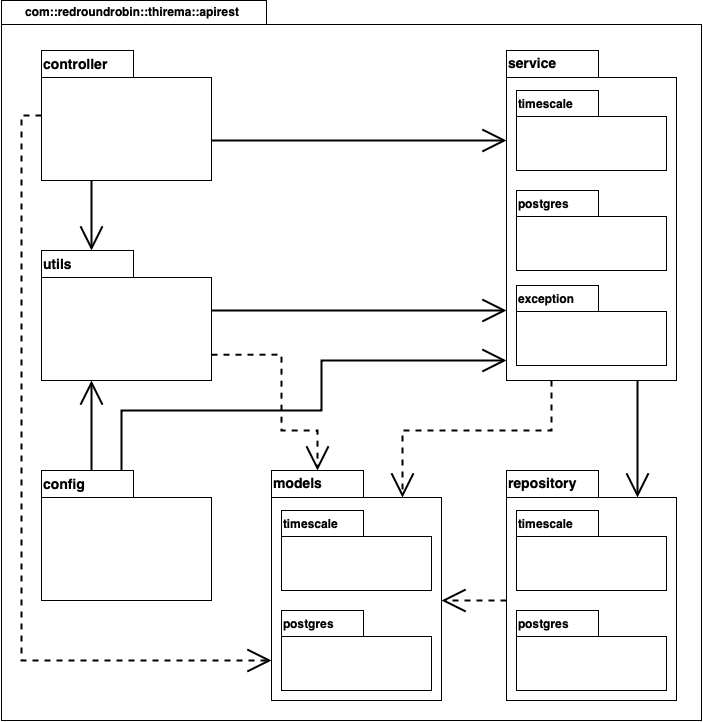
RedRoundRobin/swe-docs keeps this draw.io diagram as esterni/manuale_manutentore/res/images/API/packageAPI.png. Above is the earlier version. Source tidied: cells renumbered, new cells last; positions are measured from the earlier drawing's top-left corner, leaving out a move shared by most shapes.
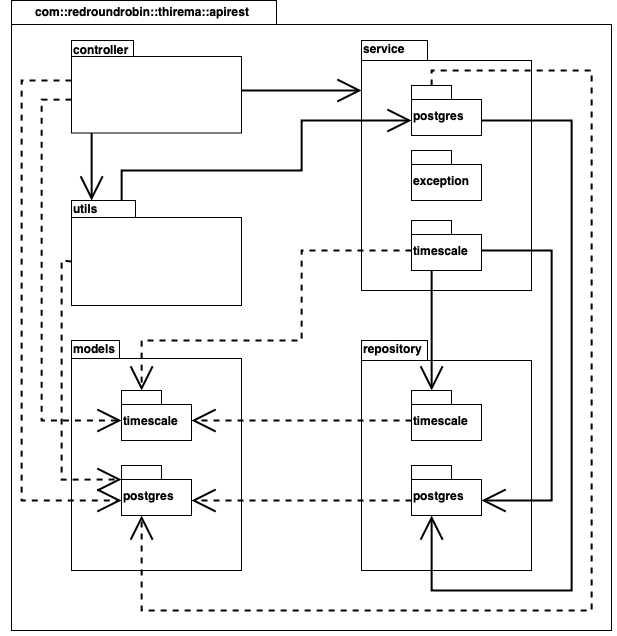
After the change.

The edit, as a diff of the source:
```diff
@@ -3,131 +3,156 @@
     <mxCell id="0" />
     <mxCell id="1" parent="0" />
     <mxCell id="2" value="package" style="shape=folder;fontStyle=1;spacingTop=10;tabWidth=40;tabHeight=14;tabPosition=left;html=1;" parent="1" vertex="1">
-      <mxGeometry x="355" y="620" width="70" height="50" as="geometry" />
+      <mxGeometry x="-460" y="385" width="70" height="50" as="geometry" />
     </mxCell>
     <mxCell id="3" value="com::redroundrobin::thirema::apirest" style="shape=folder;fontStyle=1;spacingTop=-2;tabWidth=265;tabHeight=24;tabPosition=left;html=1;align=left;verticalAlign=top;spacingLeft=22;" parent="1" vertex="1">
-      <mxGeometry width="700" height="720" as="geometry" />
+      <mxGeometry x="-750" y="45" width="600" height="630" as="geometry" />
     </mxCell>
-    <mxCell id="4" style="edgeStyle=orthogonalEdgeStyle;rounded=0;jettySize=auto;html=1;startSize=20;endArrow=open;endFill=0;endSize=20;strokeWidth=2;" parent="1" edge="1" source="15" target="16">
+    <mxCell id="4" style="edgeStyle=orthogonalEdgeStyle;rounded=0;jettySize=auto;html=1;startSize=20;endArrow=open;endFill=0;endSize=20;strokeWidth=2;" parent="1" edge="1" source="5" target="14">
       <mxGeometry relative="1" as="geometry">
         <Array as="points">
-          <mxPoint x="90" y="210" />
-          <mxPoint x="90" y="210" />
+          <mxPoint x="-670" y="225" />
+          <mxPoint x="-670" y="225" />
         </Array>
       </mxGeometry>
     </mxCell>
-    <mxCell id="5" value="&lt;font style=&quot;font-size: 14px&quot;&gt;models&lt;/font&gt;" style="shape=folder;fontStyle=1;spacingTop=-2;tabWidth=92;tabHeight=27;tabPosition=left;html=1;align=left;verticalAlign=top;" parent="1" vertex="1">
-      <mxGeometry x="270" y="470" width="170" height="230" as="geometry" />
+    <mxCell id="5" value="controller" style="shape=folder;fontStyle=1;spacingTop=-75;tabWidth=62;tabHeight=16;tabPosition=left;html=1;align=left;" parent="1" vertex="1">
+      <mxGeometry x="-690" y="85" width="170" height="92.5" as="geometry" />
     </mxCell>
-    <mxCell id="6" style="edgeStyle=orthogonalEdgeStyle;rounded=0;jettySize=auto;html=1;dashed=1;startSize=20;endArrow=open;endFill=0;endSize=20;strokeWidth=2;" parent="1" edge="1" source="13" target="5">
-      <mxGeometry relative="1" as="geometry">
-        <Array as="points">
-          <mxPoint x="470" y="600" />
-          <mxPoint x="470" y="600" />
-        </Array>
-      </mxGeometry>
+    <mxCell id="6" value="models" style="shape=folder;fontStyle=1;spacingTop=-5;tabWidth=48;tabHeight=18;tabPosition=left;html=1;align=left;verticalAlign=top;" parent="1" vertex="1">
+      <mxGeometry x="-690" y="385" width="170" height="230" as="geometry" />
     </mxCell>
-    <mxCell id="7" value="timescale" style="shape=folder;fontStyle=1;spacingTop=0;tabWidth=82;tabHeight=26;tabPosition=left;html=1;align=left;verticalAlign=top;" parent="1" vertex="1">
-      <mxGeometry x="280" y="510" width="150" height="80" as="geometry" />
+    <mxCell id="7" value="repository" style="shape=folder;fontStyle=1;spacingTop=-5;tabWidth=66;tabHeight=20;tabPosition=left;html=1;align=left;verticalAlign=top;" parent="1" vertex="1">
+      <mxGeometry x="-400" y="385" width="170" height="230" as="geometry" />
     </mxCell>
-    <mxCell id="8" style="edgeStyle=orthogonalEdgeStyle;rounded=0;jettySize=auto;html=1;endSize=20;startSize=20;endArrow=open;endFill=0;strokeWidth=2;" parent="1" edge="1" source="15" target="14">
+    <mxCell id="8" style="edgeStyle=orthogonalEdgeStyle;rounded=0;jettySize=auto;html=1;startSize=20;endArrow=open;endFill=0;endSize=20;dashed=1;strokeWidth=2;" parent="1" edge="1" source="9" target="12">
       <mxGeometry relative="1" as="geometry">
         <Array as="points">
-          <mxPoint x="350" y="140" />
-          <mxPoint x="350" y="140" />
+          <mxPoint x="-430" y="545" />
+          <mxPoint x="-430" y="545" />
         </Array>
       </mxGeometry>
     </mxCell>
-    <mxCell id="9" style="edgeStyle=orthogonalEdgeStyle;rounded=0;jettySize=auto;html=1;dashed=1;startSize=20;endArrow=open;endFill=0;endSize=20;strokeWidth=2;" parent="1" edge="1" source="15" target="5">
-      <mxGeometry relative="1" as="geometry">
-        <Array as="points">
-          <mxPoint x="20" y="115" />
-          <mxPoint x="20" y="660" />
-        </Array>
-      </mxGeometry>
+    <mxCell id="9" value="postgres" style="shape=folder;fontStyle=1;spacingTop=10;tabWidth=40;tabHeight=14;tabPosition=left;html=1;align=left;" parent="1" vertex="1">
+      <mxGeometry x="-350" y="510" width="70" height="50" as="geometry" />
     </mxCell>
-    <mxCell id="10" style="edgeStyle=orthogonalEdgeStyle;rounded=0;jettySize=auto;html=1;startSize=20;endArrow=open;endFill=0;endSize=20;strokeWidth=2;entryX=0;entryY=0;entryDx=131;entryDy=27;entryPerimeter=0;" parent="1" edge="1" source="14" target="13">
+    <mxCell id="10" style="edgeStyle=orthogonalEdgeStyle;rounded=0;jettySize=auto;html=1;dashed=1;startSize=20;endArrow=open;endFill=0;endSize=20;strokeWidth=2;" parent="1" edge="1" source="11" target="13">
       <mxGeometry relative="1" as="geometry">
         <Array as="points">
-          <mxPoint x="636" y="440" />
-          <mxPoint x="636" y="440" />
+          <mxPoint x="-420" y="465" />
+          <mxPoint x="-420" y="465" />
         </Array>
       </mxGeometry>
     </mxCell>
-    <mxCell id="11" style="edgeStyle=orthogonalEdgeStyle;rounded=0;jettySize=auto;html=1;dashed=1;startSize=20;endArrow=open;endFill=0;endSize=20;strokeWidth=2;entryX=0;entryY=0;entryDx=131;entryDy=27;entryPerimeter=0;" parent="1" edge="1" source="14" target="5">
-      <mxGeometry relative="1" as="geometry">
-        <Array as="points">
-          <mxPoint x="550" y="430" />
-          <mxPoint x="401" y="430" />
-        </Array>
-      </mxGeometry>
+    <mxCell id="11" value="timescale" style="shape=folder;fontStyle=1;spacingTop=10;tabWidth=40;tabHeight=14;tabPosition=left;html=1;align=left;" parent="1" vertex="1">
+      <mxGeometry x="-350" y="435" width="70" height="50" as="geometry" />
     </mxCell>
-    <mxCell id="12" style="edgeStyle=orthogonalEdgeStyle;rounded=0;jettySize=auto;html=1;startSize=20;endArrow=open;endFill=0;endSize=20;strokeWidth=2;fontSize=20;" parent="1" edge="1" source="16" target="14">
-      <mxGeometry relative="1" as="geometry">
-        <Array as="points">
-          <mxPoint x="440" y="310" />
-          <mxPoint x="440" y="310" />
-        </Array>
-      </mxGeometry>
+    <mxCell id="12" value="postgres" style="shape=folder;fontStyle=1;spacingTop=10;tabWidth=40;tabHeight=14;tabPosition=left;html=1;align=left;" parent="1" vertex="1">
+      <mxGeometry x="-640" y="510" width="70" height="50" as="geometry" />
     </mxCell>
-    <mxCell id="13" value="&lt;font style=&quot;font-size: 14px&quot;&gt;repository&lt;/font&gt;" style="shape=folder;fontStyle=1;spacingTop=-2;tabWidth=92;tabHeight=27;tabPosition=left;html=1;align=left;verticalAlign=top;" parent="1" vertex="1">
-      <mxGeometry x="505" y="470" width="170" height="230" as="geometry" />
+    <mxCell id="13" value="timescale" style="shape=folder;fontStyle=1;spacingTop=10;tabWidth=40;tabHeight=14;tabPosition=left;html=1;align=left;" parent="1" vertex="1">
+      <mxGeometry x="-640" y="435" width="70" height="50" as="geometry" />
     </mxCell>
-    <mxCell id="14" value="&lt;font style=&quot;font-size: 14px&quot;&gt;service&lt;/font&gt;" style="shape=folder;fontStyle=1;spacingTop=-2;tabWidth=92;tabHeight=27;tabPosition=left;html=1;align=left;verticalAlign=top;" parent="1" vertex="1">
-      <mxGeometry x="505" y="50" width="170" height="330" as="geometry" />
+    <mxCell id="14" value="utils" style="shape=folder;fontStyle=1;spacingTop=-5;tabWidth=64;tabHeight=17;tabPosition=left;html=1;align=left;verticalAlign=top;" parent="1" vertex="1">
+      <mxGeometry x="-690" y="245" width="170" height="105" as="geometry" />
     </mxCell>
-    <mxCell id="15" value="&lt;font style=&quot;font-size: 14px;&quot;&gt;controller&lt;/font&gt;" style="shape=folder;fontStyle=1;spacingTop=-1;tabWidth=92;tabHeight=27;tabPosition=left;html=1;align=left;verticalAlign=top;fontSize=14;" parent="1" vertex="1">
-      <mxGeometry x="40" y="50" width="170" height="130" as="geometry" />
+    <mxCell id="15" style="edgeStyle=orthogonalEdgeStyle;rounded=0;jettySize=auto;html=1;endSize=20;startSize=20;endArrow=open;endFill=0;strokeWidth=2;" parent="1" edge="1" source="5" target="18">
+      <mxGeometry relative="1" as="geometry">
+        <Array as="points">
+          <mxPoint x="-460" y="135" />
+          <mxPoint x="-460" y="135" />
+        </Array>
+      </mxGeometry>
     </mxCell>
-    <mxCell id="16" value="&lt;font style=&quot;font-size: 14px;&quot;&gt;utils&lt;/font&gt;" style="shape=folder;fontStyle=1;spacingTop=-1;tabWidth=92;tabHeight=27;tabPosition=left;html=1;align=left;verticalAlign=top;fontSize=14;" parent="1" vertex="1">
-      <mxGeometry x="40" y="250" width="170" height="130" as="geometry" />
+    <mxCell id="16" style="edgeStyle=orthogonalEdgeStyle;rounded=0;jettySize=auto;html=1;dashed=1;startSize=20;endArrow=open;endFill=0;endSize=20;strokeWidth=2;" parent="1" edge="1" source="5" target="12">
+      <mxGeometry relative="1" as="geometry">
+        <Array as="points">
+          <mxPoint x="-740" y="125" />
+          <mxPoint x="-740" y="545" />
+        </Array>
+      </mxGeometry>
     </mxCell>
-    <mxCell id="17" value="postgres" style="shape=folder;fontStyle=1;spacingTop=0;tabWidth=82;tabHeight=26;tabPosition=left;html=1;align=left;verticalAlign=top;" parent="1" vertex="1">
-      <mxGeometry x="280" y="610" width="150" height="80" as="geometry" />
+    <mxCell id="17" style="edgeStyle=orthogonalEdgeStyle;rounded=0;jettySize=auto;html=1;dashed=1;startSize=20;endArrow=open;endFill=0;endSize=20;strokeWidth=2;" parent="1" edge="1" source="5" target="13">
+      <mxGeometry relative="1" as="geometry">
+        <Array as="points">
+          <mxPoint x="-720" y="144" />
+          <mxPoint x="-720" y="465" />
+        </Array>
+      </mxGeometry>
     </mxCell>
-    <mxCell id="18" value="timescale" style="shape=folder;fontStyle=1;spacingTop=0;tabWidth=82;tabHeight=26;tabPosition=left;html=1;align=left;verticalAlign=top;" parent="1" vertex="1">
-      <mxGeometry x="515" y="510" width="150" height="80" as="geometry" />
+    <mxCell id="18" value="service" style="shape=folder;fontStyle=1;spacingTop=-5;tabWidth=66;tabHeight=20;tabPosition=left;html=1;align=left;verticalAlign=top;" parent="1" vertex="1">
+      <mxGeometry x="-400" y="85" width="170" height="250" as="geometry" />
     </mxCell>
-    <mxCell id="19" value="postgres" style="shape=folder;fontStyle=1;spacingTop=0;tabWidth=82;tabHeight=26;tabPosition=left;html=1;align=left;verticalAlign=top;" parent="1" vertex="1">
-      <mxGeometry x="515" y="610" width="150" height="80" as="geometry" />
+    <mxCell id="19" value="postgres" style="shape=folder;fontStyle=1;spacingTop=10;tabWidth=40;tabHeight=14;tabPosition=left;html=1;align=left;" parent="1" vertex="1">
+      <mxGeometry x="-350" y="130" width="70" height="50" as="geometry" />
     </mxCell>
-    <mxCell id="20" value="timescale" style="shape=folder;fontStyle=1;spacingTop=0;tabWidth=82;tabHeight=26;tabPosition=left;html=1;align=left;verticalAlign=top;" parent="1" vertex="1">
-      <mxGeometry x="515" y="90" width="150" height="80" as="geometry" />
+    <mxCell id="20" value="timescale" style="shape=folder;fontStyle=1;spacingTop=10;tabWidth=40;tabHeight=14;tabPosition=left;html=1;align=left;" parent="1" vertex="1">
+      <mxGeometry x="-350" y="265" width="70" height="50" as="geometry" />
     </mxCell>
-    <mxCell id="21" value="postgres" style="shape=folder;fontStyle=1;spacingTop=0;tabWidth=82;tabHeight=26;tabPosition=left;html=1;align=left;verticalAlign=top;" parent="1" vertex="1">
-      <mxGeometry x="515" y="190" width="150" height="80" as="geometry" />
+    <mxCell id="21" style="edgeStyle=orthogonalEdgeStyle;rounded=0;jettySize=auto;html=1;startSize=20;endArrow=open;endFill=0;endSize=20;strokeWidth=2;" parent="1" edge="1" source="20" target="9">
+      <mxGeometry relative="1" as="geometry">
+        <Array as="points">
+          <mxPoint x="-210" y="295" />
+          <mxPoint x="-210" y="545" />
+        </Array>
+      </mxGeometry>
     </mxCell>
-    <mxCell id="22" value="exception" style="shape=folder;fontStyle=1;spacingTop=0;tabWidth=82;tabHeight=26;tabPosition=left;html=1;align=left;verticalAlign=top;" parent="1" vertex="1">
-      <mxGeometry x="515" y="285" width="150" height="80" as="geometry" />
+    <mxCell id="22" style="edgeStyle=orthogonalEdgeStyle;rounded=0;jettySize=auto;html=1;startSize=20;endArrow=open;endFill=0;endSize=20;fontSize=20;strokeWidth=2;" parent="1" edge="1" source="20" target="11">
+      <mxGeometry relative="1" as="geometry">
+        <Array as="points">
+          <mxPoint x="-330" y="355" />
+          <mxPoint x="-330" y="355" />
+        </Array>
+      </mxGeometry>
     </mxCell>
-    <mxCell id="23" style="edgeStyle=orthogonalEdgeStyle;rounded=0;jettySize=auto;html=1;startSize=20;endArrow=open;endFill=0;endSize=20;strokeWidth=2;fontSize=14;" parent="1" edge="1" source="25" target="16">
+    <mxCell id="23" style="edgeStyle=orthogonalEdgeStyle;rounded=0;jettySize=auto;html=1;startSize=20;endArrow=open;endFill=0;endSize=20;strokeWidth=2;" parent="1" edge="1" source="19" target="9">
       <mxGeometry relative="1" as="geometry">
         <Array as="points">
-          <mxPoint x="90" y="430" />
-          <mxPoint x="90" y="430" />
+          <mxPoint x="-190" y="165" />
+          <mxPoint x="-190" y="635" />
+          <mxPoint x="-330" y="635" />
         </Array>
       </mxGeometry>
     </mxCell>
-    <mxCell id="24" style="edgeStyle=orthogonalEdgeStyle;rounded=0;jettySize=auto;html=1;startSize=20;endArrow=open;endFill=0;endSize=20;strokeWidth=2;fontSize=14;" parent="1" edge="1" source="25" target="14">
+    <mxCell id="24" style="edgeStyle=orthogonalEdgeStyle;rounded=0;jettySize=auto;html=1;dashed=1;startSize=20;endArrow=open;endFill=0;endSize=20;strokeWidth=2;" parent="1" edge="1" source="19" target="12">
       <mxGeometry relative="1" as="geometry">
         <Array as="points">
-          <mxPoint x="120" y="410" />
-          <mxPoint x="320" y="410" />
-          <mxPoint x="320" y="360" />
+          <mxPoint x="-330" y="115" />
+          <mxPoint x="-170" y="115" />
+          <mxPoint x="-170" y="655" />
+          <mxPoint x="-620" y="655" />
         </Array>
       </mxGeometry>
     </mxCell>
-    <mxCell id="25" value="&lt;font style=&quot;font-size: 14px&quot;&gt;config&lt;/font&gt;" style="shape=folder;fontStyle=1;spacingTop=-1;tabWidth=92;tabHeight=27;tabPosition=left;html=1;align=left;verticalAlign=top;fontSize=14;" parent="1" vertex="1">
-      <mxGeometry x="40" y="470" width="170" height="130" as="geometry" />
+    <mxCell id="25" style="edgeStyle=orthogonalEdgeStyle;rounded=0;jettySize=auto;html=1;dashed=1;startSize=20;endArrow=open;endFill=0;endSize=20;strokeWidth=2;" parent="1" edge="1" source="20" target="13">
+      <mxGeometry relative="1" as="geometry">
+        <Array as="points">
+          <mxPoint x="-460" y="295" />
+          <mxPoint x="-460" y="385" />
+          <mxPoint x="-620" y="385" />
+        </Array>
+      </mxGeometry>
     </mxCell>
-    <mxCell id="26" style="edgeStyle=orthogonalEdgeStyle;rounded=0;jettySize=auto;html=1;dashed=1;startSize=20;endArrow=open;endFill=0;endSize=20;strokeWidth=2;exitX=0;exitY=0;exitDx=170;exitDy=104.25;exitPerimeter=0;entryX=0;entryY=0;entryDx=46;entryDy=0;entryPerimeter=0;" parent="1" edge="1" source="16" target="5">
+    <mxCell id="26" style="edgeStyle=orthogonalEdgeStyle;rounded=0;jettySize=auto;html=1;startSize=20;endArrow=open;endFill=0;endSize=20;strokeWidth=2;fontSize=20;" parent="1" edge="1" source="14" target="19">
       <mxGeometry relative="1" as="geometry">
         <Array as="points">
-          <mxPoint x="280" y="354" />
-          <mxPoint x="280" y="430" />
-          <mxPoint x="316" y="430" />
+          <mxPoint x="-640" y="215" />
+          <mxPoint x="-460" y="215" />
+          <mxPoint x="-460" y="165" />
         </Array>
       </mxGeometry>
     </mxCell>
+    <mxCell id="27" value="exception" style="shape=folder;fontStyle=1;spacingTop=10;tabWidth=40;tabHeight=14;tabPosition=left;html=1;align=left;" parent="1" vertex="1">
+      <mxGeometry x="-350" y="195" width="70" height="50" as="geometry" />
+    </mxCell>
+    <mxCell id="28" style="edgeStyle=orthogonalEdgeStyle;rounded=0;jettySize=auto;html=1;dashed=1;startSize=20;endArrow=open;endFill=0;endSize=20;strokeWidth=2;exitX=0;exitY=0;exitDx=0;exitDy=61;exitPerimeter=0;entryX=0;entryY=0;entryDx=0;entryDy=14;entryPerimeter=0;" parent="1" edge="1" source="14" target="12">
+      <mxGeometry relative="1" as="geometry">
+        <Array as="points">
+          <mxPoint x="-690" y="305" />
+          <mxPoint x="-700" y="305" />
+          <mxPoint x="-700" y="524" />
+        </Array>
+      </mxGeometry>
+    </mxCell>
   </root>
 </mxGraphModel>
```
